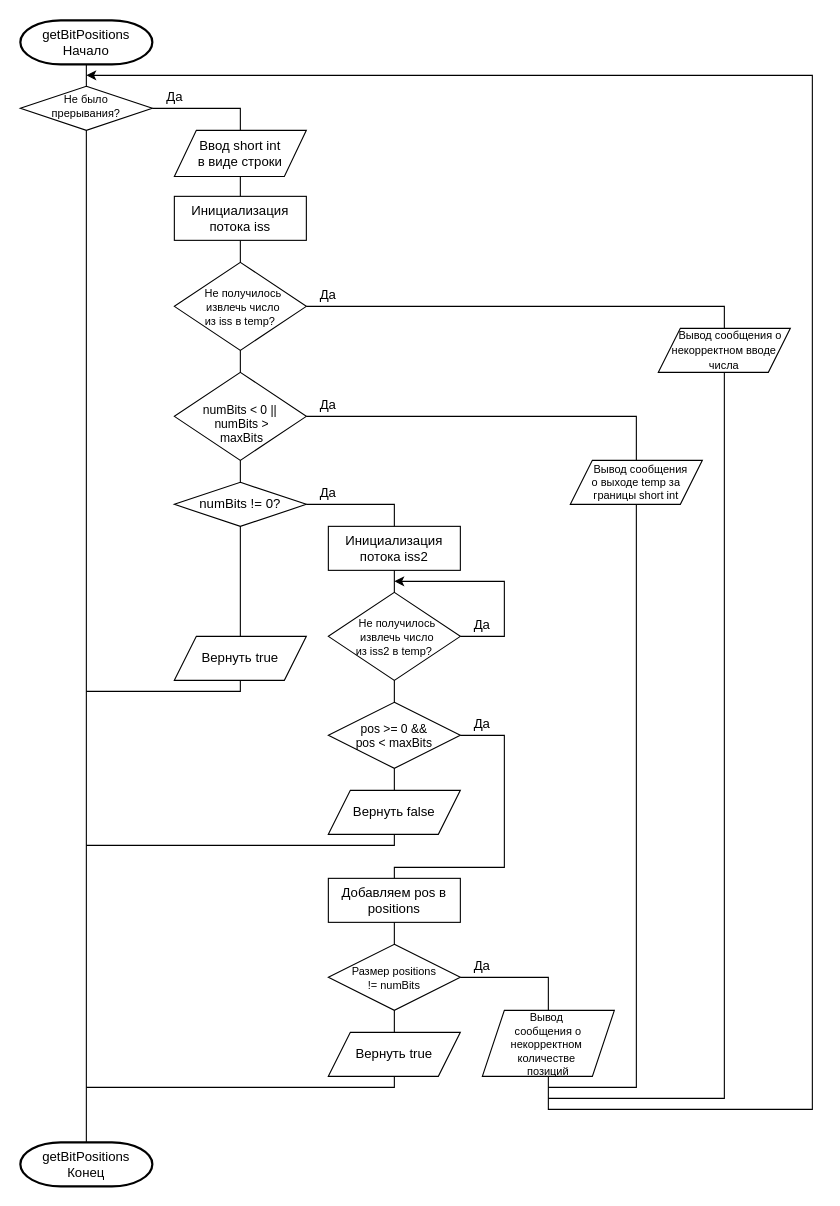
Above: page "getBitPosition" (2 of 4) of images/OrgOfC&S_Scheme.drawio in TrueTalentless/OrgOfCAndSSem3 (draw.io), before the change. Source tidied: cells renumbered, new cells numbered last; positions are measured from the earlier drawing's top-left corner, leaving out a move shared by most shapes. Both pictures are drawn from the tidied source at 110%, with x=0, y=0 at pixel (20, 20).
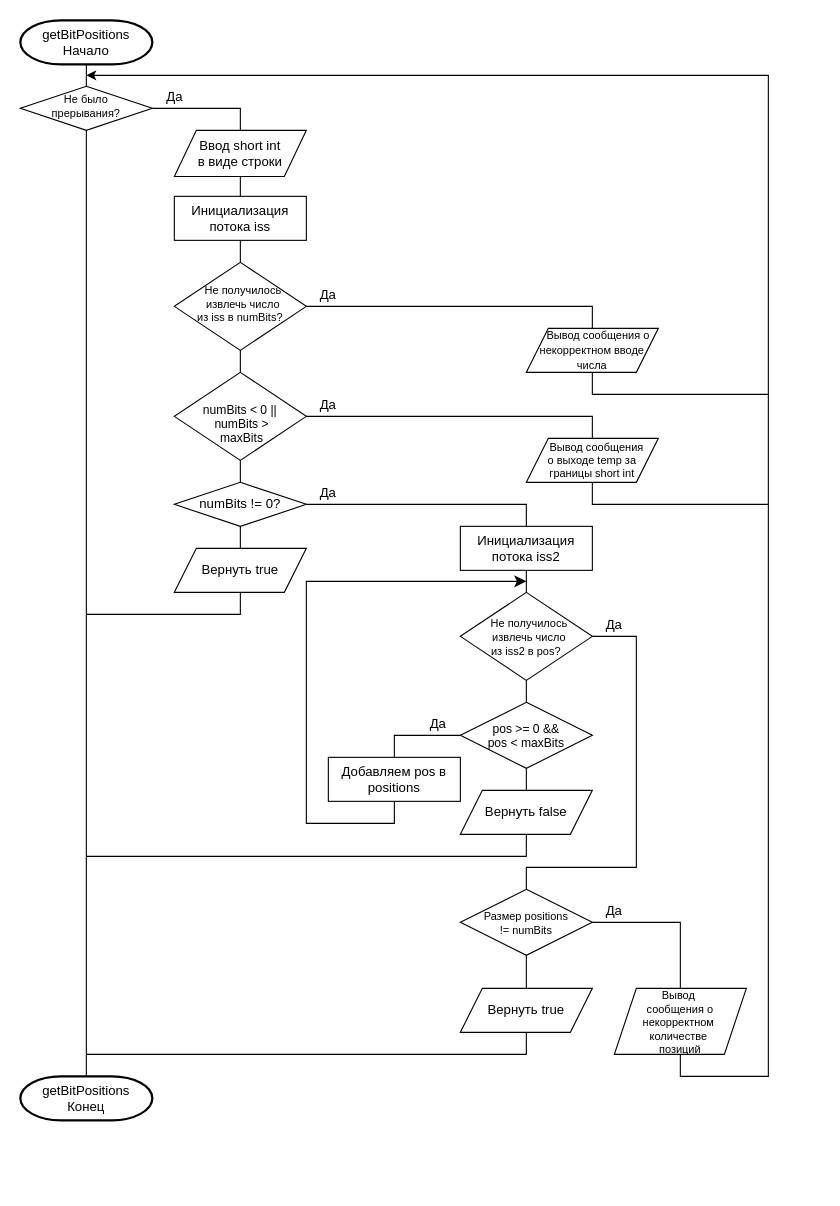
The same page after the edit.

The change refers to these unchanged cells:
```xml
<mxCell id="8" value="numBits &amp;lt; 0 ||&lt;div&gt;&amp;nbsp;numBits &amp;gt;&lt;div style=&quot;font-size: 11px;&quot;&gt;&amp;nbsp;maxBits&lt;br style=&quot;font-size: 11px;&quot;&gt;&lt;/div&gt;&lt;/div&gt;" style="rhombus;whiteSpace=wrap;html=1;fontSize=11;spacingTop=13;" parent="1" vertex="1">
  <mxGeometry x="140" y="320" width="120" height="80" as="geometry" />
</mxCell>
<mxCell id="12" value="numBits != 0?" style="rhombus;whiteSpace=wrap;html=1;" parent="1" vertex="1">
  <mxGeometry x="140" y="420" width="120" height="40" as="geometry" />
</mxCell>
```

Change to the diagram source:
```diff
@@
     <mxCell id="11" value="&lt;div&gt;getBitPositions&lt;br&gt;&lt;/div&gt;Конец" style="strokeWidth=2;html=1;shape=mxgraph.flowchart.terminator;whiteSpace=wrap;" parent="1" vertex="1">
-      <mxGeometry y="1020" width="120" height="40" as="geometry" />
+      <mxGeometry y="960" width="120" height="40" as="geometry" />
     </mxCell>
@@
     <mxCell id="13" value="Вернуть true" style="shape=parallelogram;perimeter=parallelogramPerimeter;whiteSpace=wrap;html=1;fixedSize=1;" parent="1" vertex="1">
-      <mxGeometry x="140" y="560" width="120" height="40" as="geometry" />
+      <mxGeometry x="140" y="480" width="120" height="40" as="geometry" />
     </mxCell>
     <mxCell id="14" value="Инициализация потока iss2" style="rounded=0;whiteSpace=wrap;html=1;" parent="1" vertex="1">
-      <mxGeometry x="280" y="460" width="120" height="40" as="geometry" />
+      <mxGeometry x="400" y="460" width="120" height="40" as="geometry" />
     </mxCell>
     <mxCell id="15" style="endArrow=none;html=1;rounded=0;exitX=1;exitY=0.5;exitDx=0;exitDy=0;entryX=0.5;entryY=0;entryDx=0;entryDy=0;" parent="1" edge="1" source="12" target="14">
       <mxGeometry relative="1" as="geometry">
         <Array as="points">
           <mxPoint x="340" y="440" />
+          <mxPoint x="460" y="440" />
         </Array>
       </mxGeometry>
     </mxCell>
@@
-    <mxCell id="18" value="&lt;font style=&quot;font-size: 10px;&quot;&gt;&amp;nbsp; &amp;nbsp;Не получилось&amp;nbsp;&lt;/font&gt;&lt;div style=&quot;font-size: 10px;&quot;&gt;&lt;font style=&quot;font-size: 10px;&quot;&gt;&amp;nbsp; &amp;nbsp;извлечь число&amp;nbsp;&lt;/font&gt;&lt;/div&gt;&lt;div style=&quot;font-size: 10px;&quot;&gt;&lt;font style=&quot;font-size: 10px;&quot;&gt;из iss в temp?&lt;/font&gt;&lt;/div&gt;" style="rhombus;whiteSpace=wrap;html=1;" parent="1" vertex="1">
+    <mxCell id="18" value="&lt;font style=&quot;font-size: 10px;&quot;&gt;&amp;nbsp; &amp;nbsp;Не получилось&amp;nbsp;&lt;/font&gt;&lt;div style=&quot;font-size: 10px;&quot;&gt;&lt;font style=&quot;font-size: 10px;&quot;&gt;&amp;nbsp; &amp;nbsp;извлечь число&amp;nbsp;&lt;/font&gt;&lt;/div&gt;&lt;div style=&quot;font-size: 10px;&quot;&gt;&lt;font style=&quot;font-size: 10px;&quot;&gt;из iss в numBits?&lt;/font&gt;&lt;/div&gt;" style="rhombus;whiteSpace=wrap;html=1;spacingBottom=6;" parent="1" vertex="1">
       <mxGeometry x="140" y="220" width="120" height="80" as="geometry" />
     </mxCell>
     <mxCell id="19" value="&lt;p style=&quot;line-height: 112%;&quot;&gt;&lt;font style=&quot;font-size: 10px;&quot;&gt;&amp;nbsp; &amp;nbsp; Вывод сообщения о некорректном вводе числа&lt;/font&gt;&lt;/p&gt;" style="shape=parallelogram;perimeter=parallelogramPerimeter;whiteSpace=wrap;html=1;fixedSize=1;" parent="1" vertex="1">
-      <mxGeometry x="580" y="280" width="120" height="40" as="geometry" />
+      <mxGeometry x="460" y="280" width="120" height="40" as="geometry" />
     </mxCell>
@@
     <mxCell id="21" style="endArrow=none;html=1;rounded=0;exitX=1;exitY=0.5;exitDx=0;exitDy=0;entryX=0.5;entryY=0;entryDx=0;entryDy=0;" parent="1" edge="1" target="19">
       <mxGeometry relative="1" as="geometry">
         <mxPoint x="260" y="260" as="sourcePoint" />
         <Array as="points">
-          <mxPoint x="640" y="260" />
+          <mxPoint x="520" y="260" />
         </Array>
       </mxGeometry>
     </mxCell>
-    <mxCell id="22" value="&lt;font style=&quot;font-size: 10px;&quot;&gt;&amp;nbsp; &amp;nbsp;Не получилось&amp;nbsp;&lt;/font&gt;&lt;div style=&quot;font-size: 10px;&quot;&gt;&lt;font style=&quot;font-size: 10px;&quot;&gt;&amp;nbsp; &amp;nbsp;извлечь число&amp;nbsp;&lt;/font&gt;&lt;/div&gt;&lt;div style=&quot;font-size: 10px;&quot;&gt;&lt;font style=&quot;font-size: 10px;&quot;&gt;из iss2 в temp?&lt;/font&gt;&lt;/div&gt;" style="rhombus;whiteSpace=wrap;html=1;" parent="1" vertex="1">
-      <mxGeometry x="280" y="520" width="120" height="80" as="geometry" />
+    <mxCell id="22" value="&lt;font style=&quot;font-size: 10px;&quot;&gt;&amp;nbsp; &amp;nbsp;Не получилось&amp;nbsp;&lt;/font&gt;&lt;div style=&quot;font-size: 10px;&quot;&gt;&lt;font style=&quot;font-size: 10px;&quot;&gt;&amp;nbsp; &amp;nbsp;извлечь число&amp;nbsp;&lt;/font&gt;&lt;/div&gt;&lt;div style=&quot;font-size: 10px;&quot;&gt;&lt;font style=&quot;font-size: 10px;&quot;&gt;из iss2 в pos?&lt;/font&gt;&lt;/div&gt;" style="rhombus;whiteSpace=wrap;html=1;" parent="1" vertex="1">
+      <mxGeometry x="400" y="520" width="120" height="80" as="geometry" />
     </mxCell>
     <mxCell id="23" value="&lt;font style=&quot;font-size: 11px;&quot;&gt;pos &amp;gt;= 0 &amp;amp;&amp;amp;&lt;/font&gt;&lt;div style=&quot;font-size: 11px;&quot;&gt;&lt;font style=&quot;font-size: 11px;&quot;&gt;pos &amp;lt; maxBits&lt;/font&gt;&lt;/div&gt;" style="rhombus;whiteSpace=wrap;html=1;" parent="1" vertex="1">
-      <mxGeometry x="280" y="620" width="120" height="60" as="geometry" />
+      <mxGeometry x="400" y="620" width="120" height="60" as="geometry" />
     </mxCell>
     <mxCell id="24" value="Вернуть false" style="shape=parallelogram;perimeter=parallelogramPerimeter;whiteSpace=wrap;html=1;fixedSize=1;" parent="1" vertex="1">
-      <mxGeometry x="280" y="700" width="120" height="40" as="geometry" />
+      <mxGeometry x="400" y="700" width="120" height="40" as="geometry" />
     </mxCell>
     <mxCell id="25" value="Добавляем pos в positions" style="rounded=0;whiteSpace=wrap;html=1;" parent="1" vertex="1">
-      <mxGeometry x="280" y="780" width="120" height="40" as="geometry" />
+      <mxGeometry x="280" y="670" width="120" height="40" as="geometry" />
     </mxCell>
     <mxCell id="26" value="&lt;font style=&quot;font-size: 10px;&quot;&gt;Размер positions&lt;/font&gt;&lt;div style=&quot;font-size: 10px;&quot;&gt;&lt;font style=&quot;font-size: 10px;&quot;&gt;!= numBits&lt;/font&gt;&lt;/div&gt;" style="rhombus;whiteSpace=wrap;html=1;" parent="1" vertex="1">
-      <mxGeometry x="280" y="840" width="120" height="60" as="geometry" />
+      <mxGeometry x="400" y="790" width="120" height="60" as="geometry" />
     </mxCell>
@@
     <mxCell id="31" value="Да" style="text;html=1;align=center;verticalAlign=middle;whiteSpace=wrap;rounded=0;" parent="1" vertex="1">
-      <mxGeometry x="400" y="540" width="40" height="20" as="geometry" />
+      <mxGeometry x="520" y="540" width="40" height="20" as="geometry" />
     </mxCell>
@@
-    <mxCell id="34" value="Да" style="text;html=1;align=center;verticalAlign=middle;whiteSpace=wrap;rounded=0;" parent="1" vertex="1">
-      <mxGeometry x="400" y="630" width="40" height="20" as="geometry" />
+    <mxCell id="34" value="Да" style="text;html=1;align=center;verticalAlign=middle;whiteSpace=wrap;rounded=0;rotation=0;" parent="1" vertex="1">
+      <mxGeometry x="360" y="630" width="40" height="20" as="geometry" />
     </mxCell>
@@
-    <mxCell id="37" style="endArrow=none;html=1;rounded=0;exitX=0.5;exitY=1;exitDx=0;exitDy=0;entryX=0.5;entryY=0;entryDx=0;entryDy=0;" parent="1" edge="1" source="25" target="26">
-      <mxGeometry relative="1" as="geometry" />
-    </mxCell>
-    <mxCell id="38" style="endArrow=none;html=1;rounded=0;exitX=1;exitY=0.5;exitDx=0;exitDy=0;entryX=0.5;entryY=0;entryDx=0;entryDy=0;" parent="1" edge="1" source="23" target="25">
-      <mxGeometry relative="1" as="geometry">
-        <Array as="points">
-          <mxPoint x="440" y="650" />
-          <mxPoint x="440" y="770" />
-          <mxPoint x="340" y="770" />
-        </Array>
-      </mxGeometry>
-    </mxCell>
     <mxCell id="39" style="endArrow=none;html=1;rounded=0;entryX=0.5;entryY=1;entryDx=0;entryDy=0;" parent="1" edge="1" target="24">
       <mxGeometry relative="1" as="geometry">
-        <mxPoint x="60" y="750" as="sourcePoint" />
+        <mxPoint x="60" y="760" as="sourcePoint" />
         <Array as="points">
-          <mxPoint x="340" y="750" />
+          <mxPoint x="340" y="760" />
+          <mxPoint x="460" y="760" />
         </Array>
       </mxGeometry>
     </mxCell>
-    <mxCell id="40" style="endArrow=classic;html=1;rounded=0;exitX=1;exitY=0.5;exitDx=0;exitDy=0;" parent="1" edge="1" source="22">
-      <mxGeometry relative="1" as="geometry">
-        <mxPoint x="340" y="510" as="targetPoint" />
-        <Array as="points">
-          <mxPoint x="440" y="560" />
-          <mxPoint x="440" y="510" />
-        </Array>
-      </mxGeometry>
-    </mxCell>
     <mxCell id="41" value="&lt;font style=&quot;font-size: 10px;&quot;&gt;Вывод&amp;nbsp;&lt;/font&gt;&lt;div style=&quot;font-size: 10px;&quot;&gt;&lt;span style=&quot;background-color: initial;&quot;&gt;&lt;font style=&quot;font-size: 10px;&quot;&gt;сообщения о некорректном&amp;nbsp;&lt;/font&gt;&lt;/span&gt;&lt;/div&gt;&lt;div style=&quot;font-size: 10px;&quot;&gt;&lt;span style=&quot;background-color: initial;&quot;&gt;&lt;font style=&quot;font-size: 10px;&quot;&gt;количестве&amp;nbsp;&lt;/font&gt;&lt;/span&gt;&lt;/div&gt;&lt;div style=&quot;font-size: 10px;&quot;&gt;&lt;span style=&quot;background-color: initial;&quot;&gt;&lt;font style=&quot;font-size: 10px;&quot;&gt;позиций&lt;/font&gt;&lt;/span&gt;&lt;/div&gt;" style="shape=parallelogram;perimeter=parallelogramPerimeter;whiteSpace=wrap;html=1;fixedSize=1;" parent="1" vertex="1">
-      <mxGeometry x="420" y="900" width="120" height="60" as="geometry" />
+      <mxGeometry x="540" y="880" width="120" height="60" as="geometry" />
     </mxCell>
     <mxCell id="42" style="endArrow=classic;html=1;rounded=0;exitX=0.5;exitY=1;exitDx=0;exitDy=0;" parent="1" edge="1" source="41">
       <mxGeometry relative="1" as="geometry">
         <mxPoint x="60" y="50" as="targetPoint" />
         <Array as="points">
-          <mxPoint x="480" y="990" />
-          <mxPoint x="720" y="990" />
-          <mxPoint x="720" y="50" />
+          <mxPoint x="600" y="960" />
+          <mxPoint x="680" y="960" />
+          <mxPoint x="680" y="50" />
         </Array>
       </mxGeometry>
     </mxCell>
     <mxCell id="43" value="Да" style="text;html=1;align=center;verticalAlign=middle;whiteSpace=wrap;rounded=0;" parent="1" vertex="1">
-      <mxGeometry x="400" y="850" width="40" height="20" as="geometry" />
+      <mxGeometry x="520" y="800" width="40" height="20" as="geometry" />
     </mxCell>
     <mxCell id="44" style="endArrow=none;html=1;rounded=0;exitX=1;exitY=0.5;exitDx=0;exitDy=0;entryX=0.5;entryY=0;entryDx=0;entryDy=0;" parent="1" edge="1" source="26" target="41">
       <mxGeometry relative="1" as="geometry">
         <Array as="points">
-          <mxPoint x="480" y="870" />
+          <mxPoint x="540" y="820" />
+          <mxPoint x="600" y="820" />
+          <mxPoint x="600" y="840" />
         </Array>
       </mxGeometry>
     </mxCell>
     <mxCell id="45" value="Вернуть true" style="shape=parallelogram;perimeter=parallelogramPerimeter;whiteSpace=wrap;html=1;fixedSize=1;" parent="1" vertex="1">
-      <mxGeometry x="280" y="920" width="120" height="40" as="geometry" />
+      <mxGeometry x="400" y="880" width="120" height="40" as="geometry" />
     </mxCell>
@@
     <mxCell id="47" style="endArrow=none;html=1;rounded=0;entryX=0.5;entryY=1;entryDx=0;entryDy=0;" parent="1" edge="1" target="45">
       <mxGeometry relative="1" as="geometry">
-        <mxPoint x="60" y="970" as="sourcePoint" />
+        <mxPoint x="60" y="940" as="sourcePoint" />
         <Array as="points">
-          <mxPoint x="340" y="970" />
+          <mxPoint x="460" y="940" />
         </Array>
       </mxGeometry>
     </mxCell>
     <mxCell id="48" value="&lt;div style=&quot;font-size: 10px;&quot;&gt;&lt;font style=&quot;font-size: 10px;&quot;&gt;&amp;nbsp; &amp;nbsp;Вывод&amp;nbsp;&lt;span style=&quot;background-color: initial;&quot;&gt;сообщения&lt;/span&gt;&lt;/font&gt;&lt;/div&gt;&lt;div style=&quot;font-size: 10px;&quot;&gt;&lt;font style=&quot;font-size: 10px;&quot;&gt;о выходе temp за границы short int&lt;/font&gt;&lt;/div&gt;" style="shape=parallelogram;perimeter=parallelogramPerimeter;whiteSpace=wrap;html=1;fixedSize=1;" parent="1" vertex="1">
-      <mxGeometry x="500" y="400" width="120" height="40" as="geometry" />
+      <mxGeometry x="460" y="380" width="120" height="40" as="geometry" />
     </mxCell>
     <mxCell id="49" style="endArrow=none;html=1;rounded=0;exitX=1;exitY=0.5;exitDx=0;exitDy=0;entryX=0.5;entryY=0;entryDx=0;entryDy=0;" parent="1" edge="1" source="8" target="48">
       <mxGeometry relative="1" as="geometry">
         <Array as="points">
-          <mxPoint x="560" y="360" />
+          <mxPoint x="520" y="360" />
         </Array>
       </mxGeometry>
     </mxCell>
     <mxCell id="50" style="endArrow=none;html=1;rounded=0;exitX=0.5;exitY=1;exitDx=0;exitDy=0;" parent="1" edge="1" source="48">
       <mxGeometry relative="1" as="geometry">
-        <mxPoint x="480" y="970" as="targetPoint" />
+        <mxPoint x="680" y="440" as="targetPoint" />
         <Array as="points">
-          <mxPoint x="560" y="970" />
+          <mxPoint x="520" y="440" />
         </Array>
       </mxGeometry>
     </mxCell>
     <mxCell id="51" style="endArrow=none;html=1;rounded=0;entryX=0.5;entryY=1;entryDx=0;entryDy=0;" parent="1" edge="1" target="19">
       <mxGeometry relative="1" as="geometry">
-        <mxPoint x="480" y="980" as="sourcePoint" />
+        <mxPoint x="680" y="340" as="sourcePoint" />
         <Array as="points">
-          <mxPoint x="640" y="980" />
+          <mxPoint x="520" y="340" />
         </Array>
       </mxGeometry>
     </mxCell>
     <mxCell id="52" style="endArrow=none;html=1;rounded=0;entryX=0.5;entryY=1;entryDx=0;entryDy=0;" parent="1" edge="1" target="13">
       <mxGeometry relative="1" as="geometry">
-        <mxPoint x="60" y="610" as="sourcePoint" />
+        <mxPoint x="60" y="540" as="sourcePoint" />
         <Array as="points">
-          <mxPoint x="200" y="610" />
+          <mxPoint x="200" y="540" />
         </Array>
       </mxGeometry>
     </mxCell>
+    <mxCell id="53" style="endArrow=none;html=1;rounded=0;fontSize=12;startSize=8;endSize=8;curved=0;entryX=0.5;entryY=1;entryDx=0;entryDy=0;startArrow=classic;startFill=1;" parent="1" edge="1" target="25">
+      <mxGeometry relative="1" as="geometry">
+        <mxPoint x="460" y="510" as="sourcePoint" />
+        <Array as="points">
+          <mxPoint x="260" y="510" />
+          <mxPoint x="260" y="730" />
+          <mxPoint x="340" y="730" />
+        </Array>
+      </mxGeometry>
+    </mxCell>
+    <mxCell id="54" style="endArrow=none;html=1;rounded=0;fontSize=12;startSize=8;endSize=8;curved=0;entryX=0;entryY=1;entryDx=0;entryDy=0;exitX=0.5;exitY=0;exitDx=0;exitDy=0;" parent="1" edge="1" source="26" target="31">
+      <mxGeometry relative="1" as="geometry">
+        <Array as="points">
+          <mxPoint x="460" y="770" />
+          <mxPoint x="560" y="770" />
+          <mxPoint x="560" y="560" />
+        </Array>
+      </mxGeometry>
+    </mxCell>
+    <mxCell id="55" style="endArrow=none;html=1;rounded=0;fontSize=12;startSize=8;endSize=8;curved=0;entryX=0;entryY=0.5;entryDx=0;entryDy=0;exitX=0.5;exitY=0;exitDx=0;exitDy=0;" parent="1" edge="1" source="25" target="23">
+      <mxGeometry relative="1" as="geometry">
+        <Array as="points">
+          <mxPoint x="340" y="650" />
+        </Array>
+      </mxGeometry>
+    </mxCell>
```
